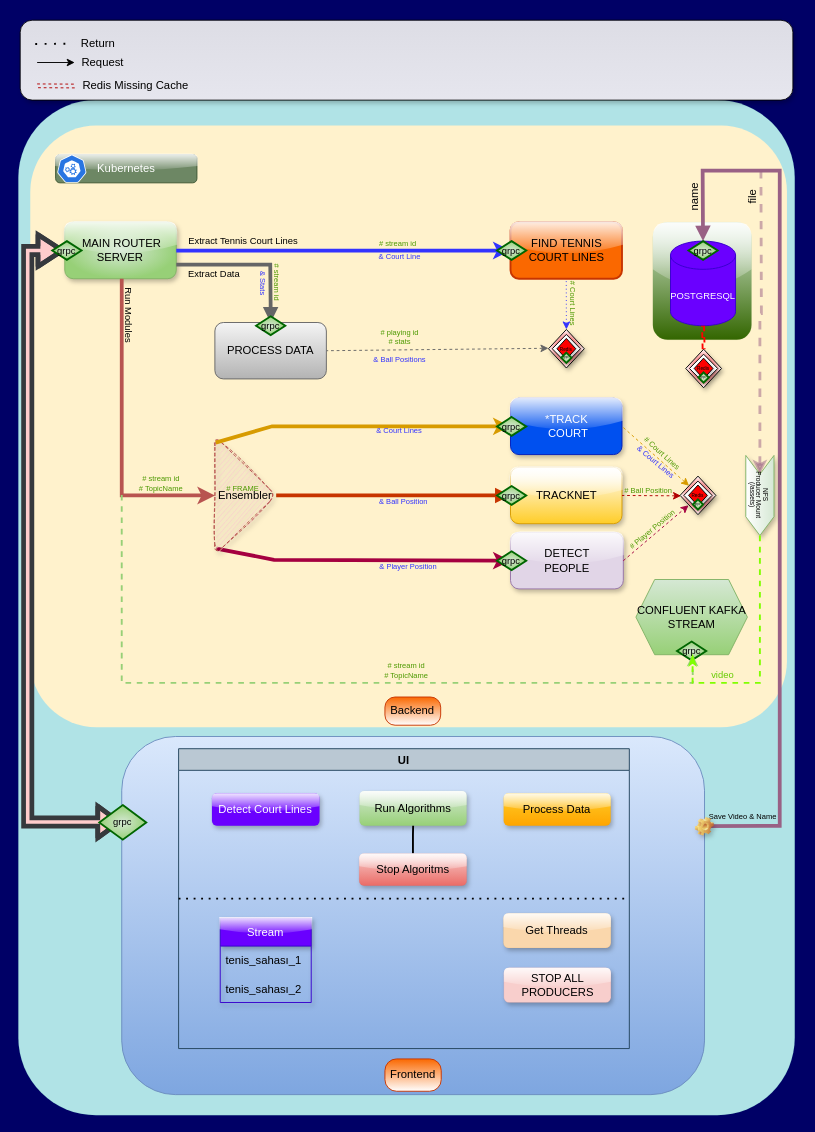
This is page "TennisAOS" (1 of 5) of drawio/tennis_docker.drawio from blitzkrieg0000/TennisAOS, a draw.io file, before an edit. Source tidied: cells renumbered, new cells numbered last; positions are measured from the earlier drawing's top-left corner, leaving out a move shared by most shapes. Both pictures are drawn from the tidied source at 94%, with x=0, y=0 at pixel (18, 20).
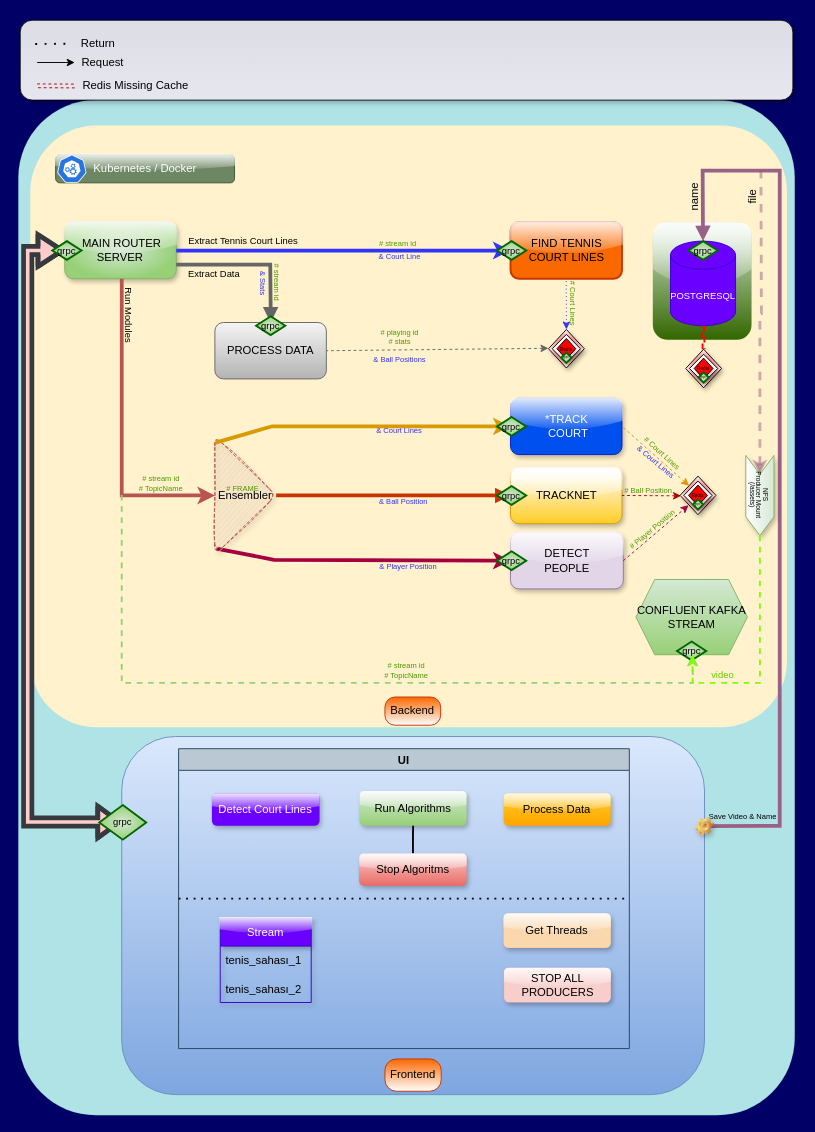
After the change.

Change to the diagram source:
```diff
@@
-    <mxCell id="36" value="Kubernetes" style="text;html=1;strokeColor=#3A5431;fillColor=#6d8764;align=center;verticalAlign=middle;whiteSpace=wrap;rounded=1;glass=1;fontColor=#ffffff;swimlaneLine=1;" parent="1" vertex="1">
-      <mxGeometry x="39.7" y="143" width="150.3" height="30" as="geometry" />
+    <mxCell id="36" value="Kubernetes / Docker" style="text;html=1;strokeColor=#3A5431;fillColor=#6d8764;align=center;verticalAlign=middle;whiteSpace=wrap;rounded=1;glass=1;fontColor=#ffffff;swimlaneLine=1;" parent="1" vertex="1">
+      <mxGeometry x="39.7" y="143" width="190.3" height="30" as="geometry" />
     </mxCell>
```
